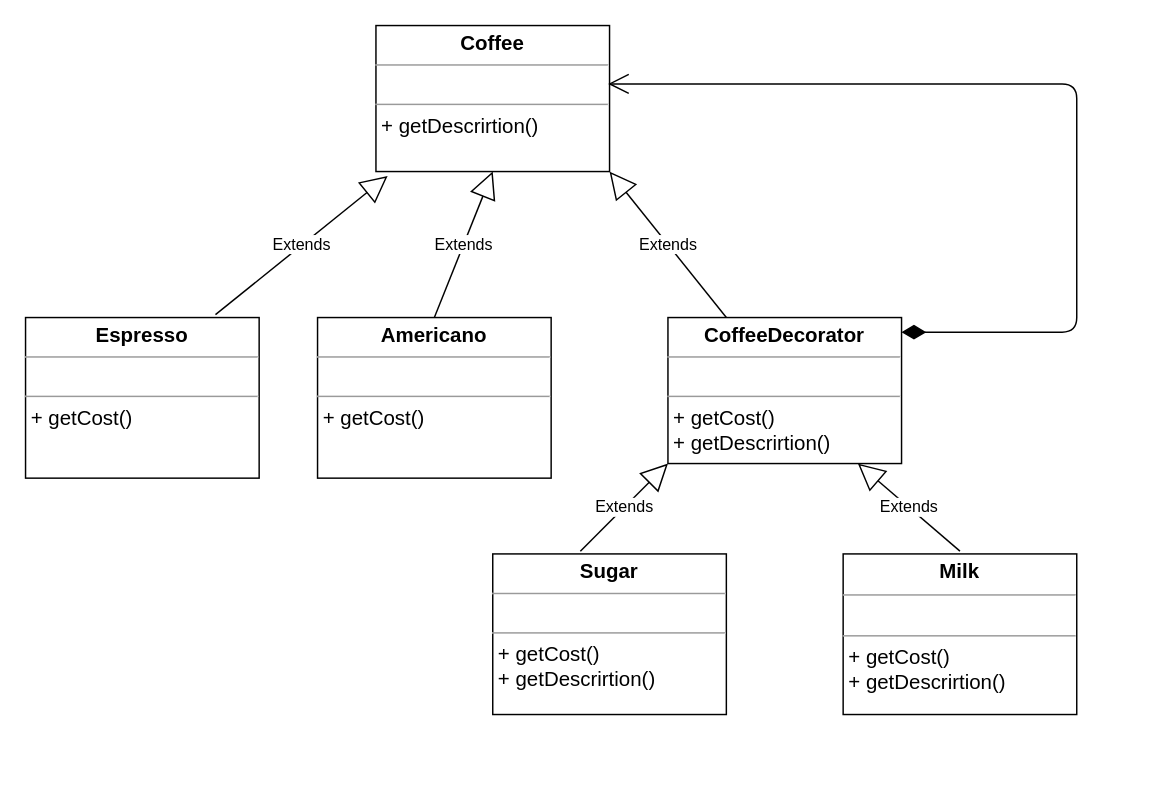
This is structural/decorator/decorator.drawio from MaksShadows/Patterns, a draw.io file, before an edit. Source tidied: cells renumbered, new cells numbered last; positions are measured from the earlier drawing's top-left corner, leaving out a move shared by most shapes. Both pictures are drawn from the tidied source at 146%, with x=0, y=0 at pixel (25, 25).
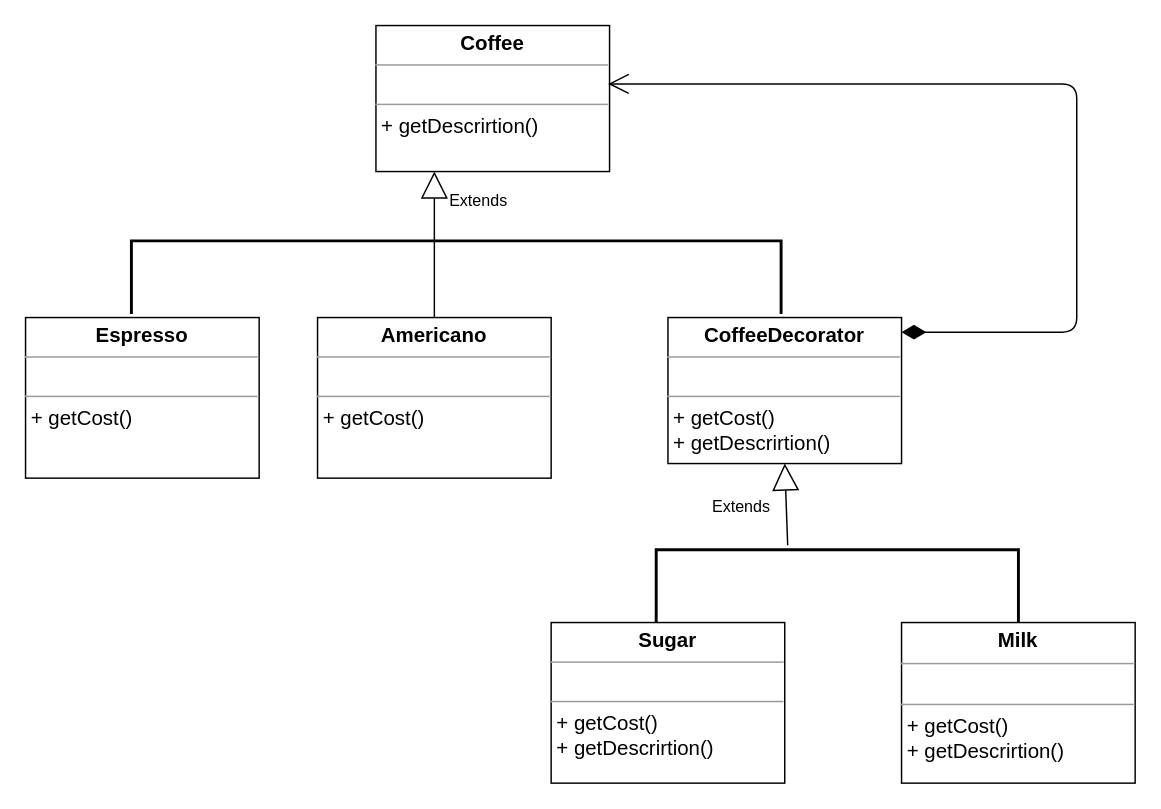
The same page after the edit.

Change to the diagram source:
```diff
@@
 <mxGraphModel>
   <root>
     <mxCell id="0" />
     <mxCell id="1" parent="0" />
     <mxCell id="2" value="&lt;p style=&quot;margin: 0px ; margin-top: 4px ; text-align: center&quot;&gt;&lt;b style=&quot;font-size: 14px&quot;&gt;Sugar&lt;/b&gt;&lt;/p&gt;&lt;hr size=&quot;1&quot;&gt;&lt;p style=&quot;margin: 0px ; margin-left: 4px&quot;&gt;&lt;br&gt;&lt;/p&gt;&lt;hr size=&quot;1&quot;&gt;&lt;p style=&quot;margin: 0px 0px 0px 4px ; font-size: 14px&quot;&gt;&lt;font style=&quot;font-size: 14px&quot;&gt;+ getCost()&lt;/font&gt;&lt;/p&gt;&lt;p style=&quot;margin: 0px 0px 0px 4px ; font-size: 14px&quot;&gt;&lt;font style=&quot;font-size: 14px&quot;&gt;+ getDescrirtion()&lt;/font&gt;&lt;br&gt;&lt;/p&gt;" style="verticalAlign=top;align=left;overflow=fill;fontSize=12;fontFamily=Helvetica;html=1;" parent="1" vertex="1">
-      <mxGeometry x="320" y="361.9" width="160" height="110" as="geometry" />
+      <mxGeometry x="360" y="408.9" width="160" height="110" as="geometry" />
     </mxCell>
     <mxCell id="3" value="&lt;p style=&quot;margin: 4px 0px 0px ; text-align: center ; font-size: 14px&quot;&gt;&lt;font style=&quot;font-size: 14px&quot;&gt;&lt;b&gt;Milk&lt;/b&gt;&lt;br&gt;&lt;/font&gt;&lt;/p&gt;&lt;hr size=&quot;1&quot; style=&quot;font-size: 14px&quot;&gt;&lt;p style=&quot;margin: 0px ; margin-left: 4px&quot;&gt;&lt;br&gt;&lt;/p&gt;&lt;hr size=&quot;1&quot;&gt;&lt;p style=&quot;margin: 0px ; margin-left: 4px&quot;&gt;&lt;span style=&quot;font-size: 14px&quot;&gt;+ getCost()&lt;/span&gt;&lt;/p&gt;&lt;p style=&quot;margin: 0px ; margin-left: 4px&quot;&gt;&lt;span style=&quot;font-size: 14px&quot;&gt;+ getDescrirtion()&lt;/span&gt;&lt;br&gt;&lt;/p&gt;&lt;div&gt;&lt;span style=&quot;font-size: 14px&quot;&gt;&lt;br&gt;&lt;/span&gt;&lt;/div&gt;" style="verticalAlign=top;align=left;overflow=fill;fontSize=12;fontFamily=Helvetica;html=1;" parent="1" vertex="1">
-      <mxGeometry x="560" y="361.9" width="160" height="110" as="geometry" />
+      <mxGeometry x="600" y="408.9" width="160" height="110" as="geometry" />
     </mxCell>
     <mxCell id="4" value="&lt;p style=&quot;margin: 0px ; margin-top: 4px ; text-align: center&quot;&gt;&lt;b&gt;&lt;font style=&quot;font-size: 14px&quot;&gt;Coffee&lt;/font&gt;&lt;/b&gt;&lt;/p&gt;&lt;hr size=&quot;1&quot;&gt;&lt;p style=&quot;margin: 0px ; margin-left: 4px&quot;&gt;&lt;br&gt;&lt;/p&gt;&lt;hr size=&quot;1&quot;&gt;&lt;p style=&quot;margin: 0px 0px 0px 4px ; font-size: 14px&quot;&gt;&lt;span&gt;+ getDescrirtion()&lt;/span&gt;&lt;br&gt;&lt;/p&gt;" style="verticalAlign=top;align=left;overflow=fill;fontSize=12;fontFamily=Helvetica;html=1;" parent="1" vertex="1">
       <mxGeometry x="240" width="160" height="100" as="geometry" />
     </mxCell>
     <mxCell id="5" value="&lt;p style=&quot;margin: 0px ; margin-top: 4px ; text-align: center&quot;&gt;&lt;b style=&quot;font-size: 14px&quot;&gt;CoffeeDecorator&lt;/b&gt;&lt;/p&gt;&lt;hr size=&quot;1&quot;&gt;&lt;p style=&quot;margin: 0px ; margin-left: 4px&quot;&gt;&lt;br&gt;&lt;/p&gt;&lt;hr size=&quot;1&quot;&gt;&lt;p style=&quot;margin: 0px 0px 0px 4px ; font-size: 14px&quot;&gt;&lt;font style=&quot;font-size: 14px&quot;&gt;+ getCost()&lt;/font&gt;&lt;/p&gt;&lt;p style=&quot;margin: 0px 0px 0px 4px ; font-size: 14px&quot;&gt;&lt;font style=&quot;font-size: 14px&quot;&gt;+ getDescrirtion()&lt;/font&gt;&lt;/p&gt;" style="verticalAlign=top;align=left;overflow=fill;fontSize=12;fontFamily=Helvetica;html=1;" parent="1" vertex="1">
       <mxGeometry x="440" y="200" width="160" height="100" as="geometry" />
     </mxCell>
-    <mxCell id="6" value="Extends" style="endArrow=block;endSize=16;endFill=0;html=1;exitX=0.375;exitY=-0.017;exitDx=0;exitDy=0;exitPerimeter=0;entryX=0;entryY=1;entryDx=0;entryDy=0;" parent="1" edge="1" source="2" target="5">
-      <mxGeometry relative="1" as="geometry" />
-    </mxCell>
-    <mxCell id="7" value="Extends" style="endArrow=block;endSize=16;endFill=0;html=1;entryX=0.813;entryY=1;entryDx=0;entryDy=0;entryPerimeter=0;" parent="1" edge="1" target="5">
-      <mxGeometry relative="1" as="geometry">
-        <mxPoint x="640" y="360" as="sourcePoint" />
-      </mxGeometry>
+    <mxCell id="7" value="Extends" style="endArrow=block;endSize=16;endFill=0;html=1;exitX=-0.061;exitY=0.637;exitDx=0;exitDy=0;exitPerimeter=0;entryX=0.5;entryY=1;entryDx=0;entryDy=0;" parent="1" edge="1" source="15" target="5">
+      <mxGeometry x="-0.03" y="31" relative="1" as="geometry" />
     </mxCell>
     <mxCell id="8" value="&lt;p style=&quot;margin: 0px ; margin-top: 4px ; text-align: center&quot;&gt;&lt;b style=&quot;font-size: 14px&quot;&gt;Espresso&lt;/b&gt;&lt;/p&gt;&lt;hr size=&quot;1&quot;&gt;&lt;p style=&quot;margin: 0px ; margin-left: 4px&quot;&gt;&lt;br&gt;&lt;/p&gt;&lt;hr size=&quot;1&quot;&gt;&lt;p style=&quot;margin: 0px 0px 0px 4px ; font-size: 14px&quot;&gt;&lt;font style=&quot;font-size: 14px&quot;&gt;+ getCost()&lt;/font&gt;&lt;/p&gt;" style="verticalAlign=top;align=left;overflow=fill;fontSize=12;fontFamily=Helvetica;html=1;" parent="1" vertex="1">
       <mxGeometry y="200" width="160" height="110" as="geometry" />
     </mxCell>
     <mxCell id="9" value="&lt;p style=&quot;margin: 0px ; margin-top: 4px ; text-align: center&quot;&gt;&lt;span style=&quot;font-size: 14px&quot;&gt;&lt;b&gt;Americano&lt;/b&gt;&lt;/span&gt;&lt;/p&gt;&lt;hr size=&quot;1&quot;&gt;&lt;p style=&quot;margin: 0px ; margin-left: 4px&quot;&gt;&lt;br&gt;&lt;/p&gt;&lt;hr size=&quot;1&quot;&gt;&lt;p style=&quot;margin: 0px 0px 0px 4px ; font-size: 14px&quot;&gt;&lt;font style=&quot;font-size: 14px&quot;&gt;+ getCost()&lt;/font&gt;&lt;/p&gt;" style="verticalAlign=top;align=left;overflow=fill;fontSize=12;fontFamily=Helvetica;html=1;" parent="1" vertex="1">
       <mxGeometry x="200" y="200" width="160" height="110" as="geometry" />
     </mxCell>
-    <mxCell id="10" value="Extends" style="endArrow=block;endSize=16;endFill=0;html=1;exitX=0.25;exitY=0;exitDx=0;exitDy=0;entryX=1;entryY=1;entryDx=0;entryDy=0;" parent="1" edge="1" source="5" target="4">
-      <mxGeometry relative="1" as="geometry" />
-    </mxCell>
-    <mxCell id="11" value="Extends" style="endArrow=block;endSize=16;endFill=0;html=1;exitX=0.5;exitY=0;exitDx=0;exitDy=0;entryX=0.5;entryY=1;entryDx=0;entryDy=0;" parent="1" edge="1" source="9" target="4">
-      <mxGeometry relative="1" as="geometry" />
+    <mxCell id="11" value="Extends" style="endArrow=block;endSize=16;endFill=0;html=1;entryX=0.25;entryY=1;entryDx=0;entryDy=0;" parent="1" edge="1" target="4">
+      <mxGeometry x="0.6" y="-30" relative="1" as="geometry">
+        <mxPoint x="280" y="200" as="sourcePoint" />
+      </mxGeometry>
     </mxCell>
-    <mxCell id="12" value="Extends" style="endArrow=block;endSize=16;endFill=0;html=1;exitX=0.813;exitY=-0.018;exitDx=0;exitDy=0;exitPerimeter=0;entryX=0.05;entryY=1.03;entryDx=0;entryDy=0;entryPerimeter=0;" parent="1" edge="1" source="8" target="4">
-      <mxGeometry relative="1" as="geometry" />
-    </mxCell>
     <mxCell id="13" style="endArrow=open;html=1;endSize=12;startArrow=diamondThin;startSize=14;startFill=1;edgeStyle=orthogonalEdgeStyle;align=left;verticalAlign=bottom;entryX=0.994;entryY=0.4;entryDx=0;entryDy=0;entryPerimeter=0;" parent="1" edge="1" target="4">
       <mxGeometry x="-0.97" y="30" relative="1" as="geometry">
         <mxPoint x="600" y="210" as="sourcePoint" />
         <Array as="points">
           <mxPoint x="720" y="210" />
           <mxPoint x="720" y="40" />
         </Array>
       </mxGeometry>
     </mxCell>
+    <mxCell id="14" style="strokeWidth=2;html=1;shape=mxgraph.flowchart.annotation_1;align=left;rotation=90;" parent="1" vertex="1">
+      <mxGeometry x="270" y="-50" width="50" height="445" as="geometry" />
+    </mxCell>
+    <mxCell id="15" style="strokeWidth=2;html=1;shape=mxgraph.flowchart.annotation_1;align=left;rotation=90;" parent="1" vertex="1">
+      <mxGeometry x="531" y="260" width="50" height="248.1" as="geometry" />
+    </mxCell>
   </root>
 </mxGraphModel>
```
